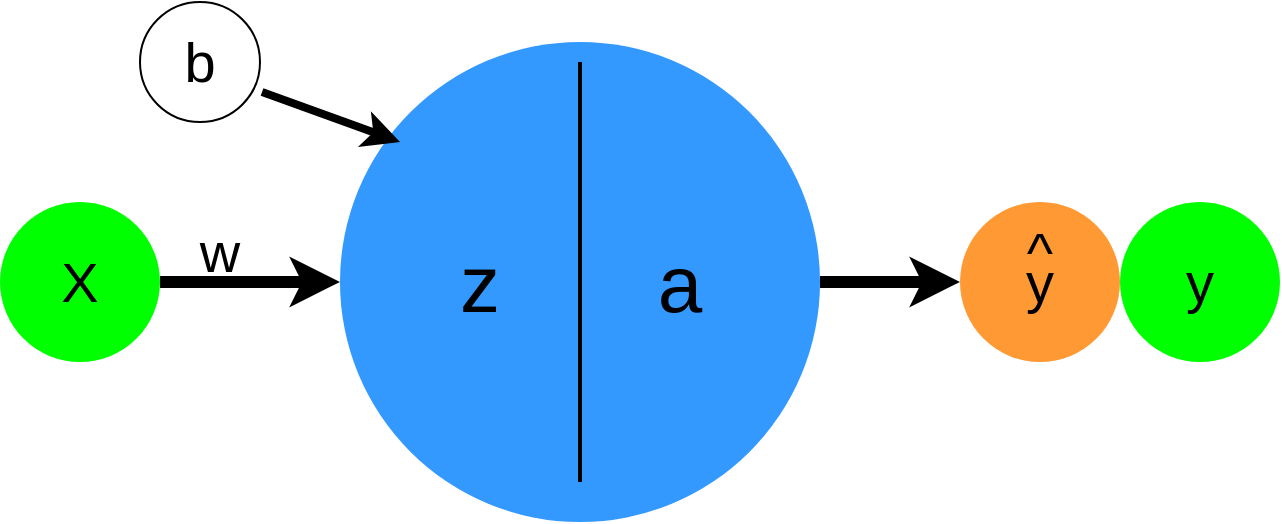
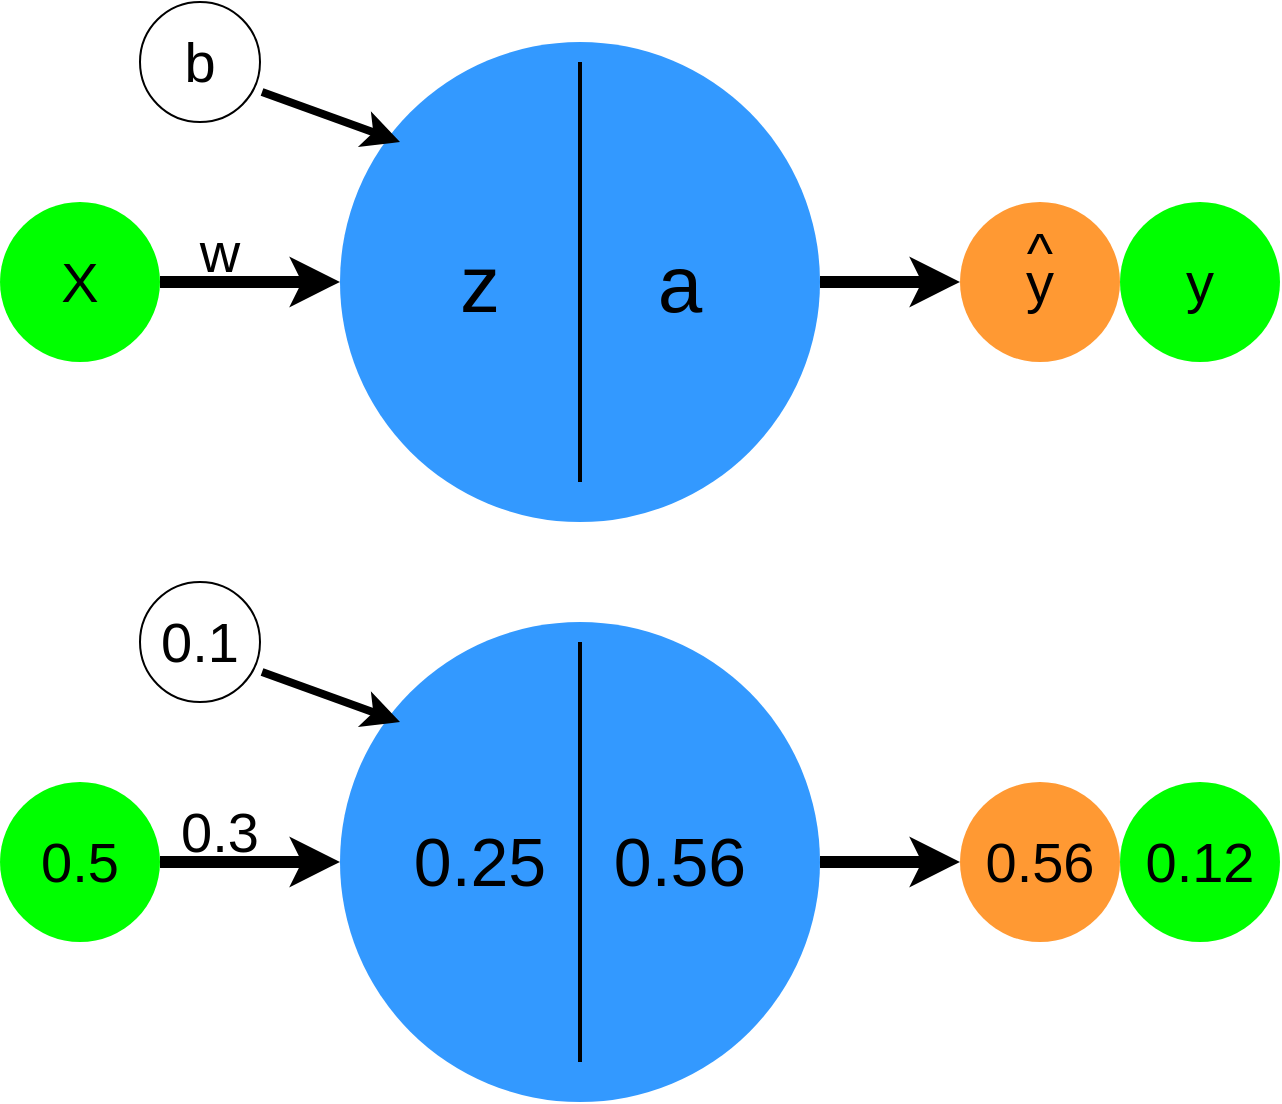
<mxfile host="app.diagrams.net" agent="Mozilla/5.0 (Macintosh; Intel Mac OS X 10.15; rv:147.0) Gecko/20100101 Firefox/147.0" version="29.3.6">
  <diagram name="Seite-1" id="XFncJYoKSZEZOfS5Iur5">
    <mxGraphModel dx="1195" dy="759" grid="1" gridSize="10" guides="1" tooltips="1" connect="1" arrows="1" fold="1" page="1" pageScale="1" pageWidth="1100" pageHeight="850" math="0" shadow="0">
      <root>
        <mxCell id="0" />
        <mxCell id="1" parent="0" />
        <mxCell id="Bp7GeJ52fMZJ3vB7Otpl-1" parent="1" style="ellipse;whiteSpace=wrap;html=1;aspect=fixed;fillColor=#00FF00;strokeColor=none;" value="&lt;font style=&quot;font-size: 28px;&quot;&gt;X&lt;/font&gt;" vertex="1">
          <mxGeometry height="80" width="80" x="130" y="270" as="geometry" />
        </mxCell>
        <mxCell id="Bp7GeJ52fMZJ3vB7Otpl-2" parent="1" style="ellipse;whiteSpace=wrap;html=1;aspect=fixed;fillColor=#00FF00;strokeColor=none;" value="&lt;font style=&quot;font-size: 28px;&quot;&gt;y&lt;/font&gt;" vertex="1">
          <mxGeometry height="80" width="80" x="690" y="270" as="geometry" />
        </mxCell>
        <mxCell id="Bp7GeJ52fMZJ3vB7Otpl-3" parent="1" style="ellipse;whiteSpace=wrap;html=1;aspect=fixed;fillColor=#FF9933;strokeColor=none;" value="&lt;font style=&quot;font-size: 28px;&quot;&gt;y&lt;/font&gt;" vertex="1">
          <mxGeometry height="80" width="80" x="610" y="270" as="geometry" />
        </mxCell>
        <mxCell id="Bp7GeJ52fMZJ3vB7Otpl-4" parent="1" style="ellipse;whiteSpace=wrap;html=1;aspect=fixed;fillColor=#3399FF;strokeColor=none;" value="" vertex="1">
          <mxGeometry height="240" width="240" x="300" y="190" as="geometry" />
        </mxCell>
        <mxCell id="Bp7GeJ52fMZJ3vB7Otpl-5" parent="1" style="line;strokeWidth=2;direction=south;html=1;" value="" vertex="1">
          <mxGeometry height="210" width="10" x="415" y="200" as="geometry" />
        </mxCell>
        <mxCell id="Bp7GeJ52fMZJ3vB7Otpl-6" edge="1" parent="1" source="Bp7GeJ52fMZJ3vB7Otpl-1" style="endArrow=classic;html=1;rounded=0;exitX=1;exitY=0.5;exitDx=0;exitDy=0;entryX=0;entryY=0.5;entryDx=0;entryDy=0;strokeWidth=6;" target="Bp7GeJ52fMZJ3vB7Otpl-4" value="">
          <mxGeometry height="50" relative="1" width="50" as="geometry">
            <mxPoint x="530" y="410" as="sourcePoint" />
            <mxPoint x="290" y="310" as="targetPoint" />
          </mxGeometry>
        </mxCell>
        <mxCell id="Bp7GeJ52fMZJ3vB7Otpl-7" edge="1" parent="1" source="Bp7GeJ52fMZJ3vB7Otpl-4" style="endArrow=classic;html=1;rounded=0;exitX=1;exitY=0.5;exitDx=0;exitDy=0;entryX=0;entryY=0.5;entryDx=0;entryDy=0;strokeWidth=6;" target="Bp7GeJ52fMZJ3vB7Otpl-3" value="">
          <mxGeometry height="50" relative="1" width="50" as="geometry">
            <mxPoint x="530" y="410" as="sourcePoint" />
            <mxPoint x="580" y="360" as="targetPoint" />
          </mxGeometry>
        </mxCell>
        <mxCell id="Bp7GeJ52fMZJ3vB7Otpl-8" parent="1" style="text;html=1;whiteSpace=wrap;strokeColor=none;fillColor=none;align=center;verticalAlign=middle;rounded=0;" value="&lt;font style=&quot;font-size: 28px;&quot;&gt;^&lt;/font&gt;" vertex="1">
          <mxGeometry height="30" width="60" x="620" y="280" as="geometry" />
        </mxCell>
        <mxCell id="Bp7GeJ52fMZJ3vB7Otpl-9" parent="1" style="text;html=1;whiteSpace=wrap;strokeColor=none;fillColor=none;align=center;verticalAlign=middle;rounded=0;" value="&lt;font style=&quot;font-size: 40px;&quot;&gt;z&lt;/font&gt;" vertex="1">
          <mxGeometry height="30" width="60" x="340" y="295" as="geometry" />
        </mxCell>
        <mxCell id="Bp7GeJ52fMZJ3vB7Otpl-10" parent="1" style="text;html=1;whiteSpace=wrap;strokeColor=none;fillColor=none;align=center;verticalAlign=middle;rounded=0;" value="&lt;font style=&quot;font-size: 40px;&quot;&gt;a&lt;/font&gt;" vertex="1">
          <mxGeometry height="30" width="60" x="440" y="295" as="geometry" />
        </mxCell>
        <mxCell id="Bp7GeJ52fMZJ3vB7Otpl-12" parent="1" style="text;html=1;whiteSpace=wrap;strokeColor=none;fillColor=none;align=center;verticalAlign=middle;rounded=0;" value="&lt;font style=&quot;font-size: 28px;&quot;&gt;w&lt;/font&gt;" vertex="1">
          <mxGeometry height="30" width="60" x="210" y="280" as="geometry" />
        </mxCell>
        <mxCell id="Bp7GeJ52fMZJ3vB7Otpl-14" parent="1" style="ellipse;whiteSpace=wrap;html=1;aspect=fixed;" value="&lt;font style=&quot;font-size: 28px;&quot;&gt;b&lt;/font&gt;" vertex="1">
          <mxGeometry height="60" width="60" x="200" y="170" as="geometry" />
        </mxCell>
        <mxCell id="Bp7GeJ52fMZJ3vB7Otpl-16" edge="1" parent="1" source="Bp7GeJ52fMZJ3vB7Otpl-14" style="endArrow=classic;html=1;rounded=0;exitX=1.017;exitY=0.75;exitDx=0;exitDy=0;exitPerimeter=0;strokeWidth=4;" value="">
          <mxGeometry height="50" relative="1" width="50" as="geometry">
            <mxPoint x="530" y="410" as="sourcePoint" />
            <mxPoint x="330" y="240" as="targetPoint" />
          </mxGeometry>
        </mxCell>
+         <mxCell id="Bp7GeJ52fMZJ3vB7Otpl-17" parent="1" style="ellipse;whiteSpace=wrap;html=1;aspect=fixed;fillColor=#00FF00;strokeColor=none;" value="&lt;font style=&quot;font-size: 28px;&quot;&gt;0.5&lt;/font&gt;" vertex="1">
+           <mxGeometry height="80" width="80" x="130" y="560" as="geometry" />
+         </mxCell>
+         <mxCell id="Bp7GeJ52fMZJ3vB7Otpl-18" parent="1" style="ellipse;whiteSpace=wrap;html=1;aspect=fixed;fillColor=#00FF00;strokeColor=none;" value="&lt;font style=&quot;font-size: 28px;&quot;&gt;0.12&lt;/font&gt;" vertex="1">
+           <mxGeometry height="80" width="80" x="690" y="560" as="geometry" />
+         </mxCell>
+         <mxCell id="Bp7GeJ52fMZJ3vB7Otpl-19" parent="1" style="ellipse;whiteSpace=wrap;html=1;aspect=fixed;fillColor=#FF9933;strokeColor=none;" value="&lt;font style=&quot;font-size: 28px;&quot;&gt;0.56&lt;/font&gt;" vertex="1">
+           <mxGeometry height="80" width="80" x="610" y="560" as="geometry" />
+         </mxCell>
+         <mxCell id="Bp7GeJ52fMZJ3vB7Otpl-20" parent="1" style="ellipse;whiteSpace=wrap;html=1;aspect=fixed;fillColor=#3399FF;strokeColor=none;" value="" vertex="1">
+           <mxGeometry height="240" width="240" x="300" y="480" as="geometry" />
+         </mxCell>
+         <mxCell id="Bp7GeJ52fMZJ3vB7Otpl-21" parent="1" style="line;strokeWidth=2;direction=south;html=1;" value="" vertex="1">
+           <mxGeometry height="210" width="10" x="415" y="490" as="geometry" />
+         </mxCell>
+         <mxCell id="Bp7GeJ52fMZJ3vB7Otpl-22" edge="1" parent="1" source="Bp7GeJ52fMZJ3vB7Otpl-17" style="endArrow=classic;html=1;rounded=0;exitX=1;exitY=0.5;exitDx=0;exitDy=0;entryX=0;entryY=0.5;entryDx=0;entryDy=0;strokeWidth=6;" target="Bp7GeJ52fMZJ3vB7Otpl-20" value="">
+           <mxGeometry height="50" relative="1" width="50" as="geometry">
+             <mxPoint x="530" y="700" as="sourcePoint" />
+             <mxPoint x="290" y="600" as="targetPoint" />
+           </mxGeometry>
+         </mxCell>
+         <mxCell id="Bp7GeJ52fMZJ3vB7Otpl-23" edge="1" parent="1" source="Bp7GeJ52fMZJ3vB7Otpl-20" style="endArrow=classic;html=1;rounded=0;exitX=1;exitY=0.5;exitDx=0;exitDy=0;entryX=0;entryY=0.5;entryDx=0;entryDy=0;strokeWidth=6;" target="Bp7GeJ52fMZJ3vB7Otpl-19" value="">
+           <mxGeometry height="50" relative="1" width="50" as="geometry">
+             <mxPoint x="530" y="700" as="sourcePoint" />
+             <mxPoint x="580" y="650" as="targetPoint" />
+           </mxGeometry>
+         </mxCell>
+         <mxCell id="Bp7GeJ52fMZJ3vB7Otpl-25" parent="1" style="text;html=1;whiteSpace=wrap;strokeColor=none;fillColor=none;align=center;verticalAlign=middle;rounded=0;" value="&lt;font style=&quot;font-size: 34px;&quot;&gt;0.25&lt;/font&gt;" vertex="1">
+           <mxGeometry height="30" width="60" x="340" y="585" as="geometry" />
+         </mxCell>
+         <mxCell id="Bp7GeJ52fMZJ3vB7Otpl-26" parent="1" style="text;html=1;whiteSpace=wrap;strokeColor=none;fillColor=none;align=center;verticalAlign=middle;rounded=0;" value="&lt;font style=&quot;font-size: 34px;&quot;&gt;0.56&lt;/font&gt;" vertex="1">
+           <mxGeometry height="30" width="60" x="440" y="585" as="geometry" />
+         </mxCell>
+         <mxCell id="Bp7GeJ52fMZJ3vB7Otpl-27" parent="1" style="text;html=1;whiteSpace=wrap;strokeColor=none;fillColor=none;align=center;verticalAlign=middle;rounded=0;" value="&lt;font style=&quot;font-size: 28px;&quot;&gt;0.3&lt;/font&gt;" vertex="1">
+           <mxGeometry height="30" width="60" x="210" y="570" as="geometry" />
+         </mxCell>
+         <mxCell id="Bp7GeJ52fMZJ3vB7Otpl-28" parent="1" style="ellipse;whiteSpace=wrap;html=1;aspect=fixed;" value="&lt;font style=&quot;font-size: 28px;&quot;&gt;0.1&lt;/font&gt;" vertex="1">
+           <mxGeometry height="60" width="60" x="200" y="460" as="geometry" />
+         </mxCell>
+         <mxCell id="Bp7GeJ52fMZJ3vB7Otpl-29" edge="1" parent="1" source="Bp7GeJ52fMZJ3vB7Otpl-28" style="endArrow=classic;html=1;rounded=0;exitX=1.017;exitY=0.75;exitDx=0;exitDy=0;exitPerimeter=0;strokeWidth=4;" value="">
+           <mxGeometry height="50" relative="1" width="50" as="geometry">
+             <mxPoint x="530" y="700" as="sourcePoint" />
+             <mxPoint x="330" y="530" as="targetPoint" />
+           </mxGeometry>
+         </mxCell>
      </root>
    </mxGraphModel>
  </diagram>
</mxfile>
